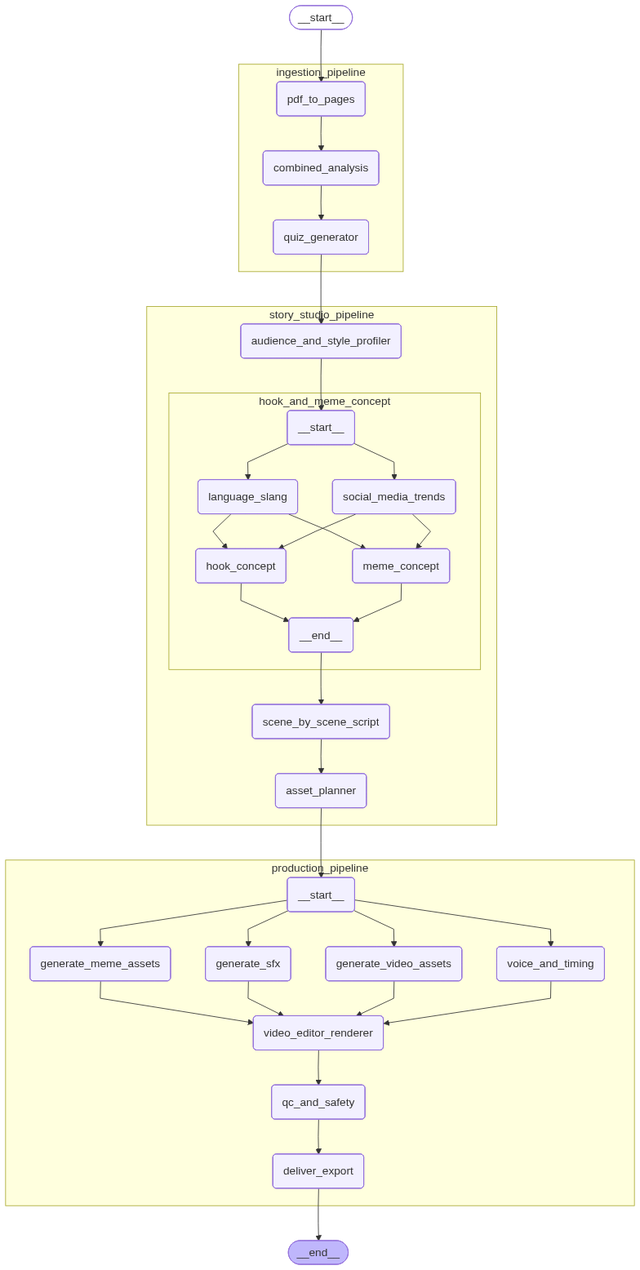
Earlier version of the Mermaid export graph.png (zeerafle/brainwrought). Its source is kept beside it as graph.mmd.
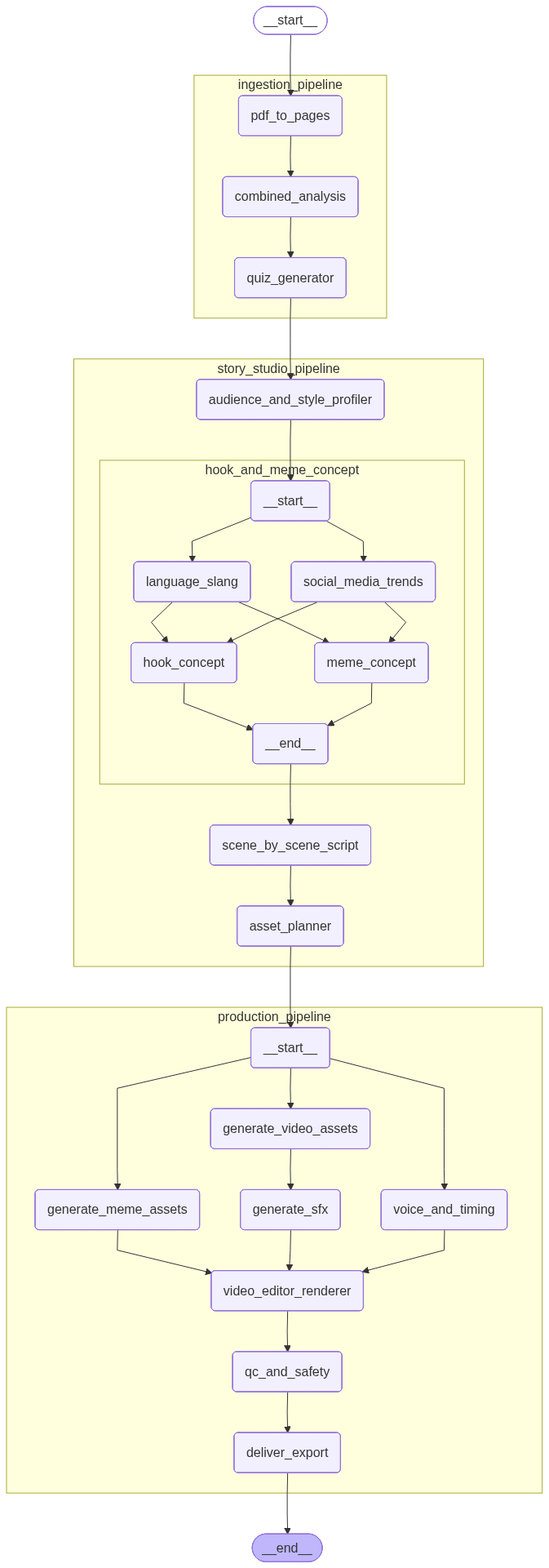
The same diagram one commit later.

Diff of the diagram source:
```diff
@@ -51,12 +51,11 @@
 	production_pipeline\3aqc_and_safety(qc_and_safety)
 	production_pipeline\3adeliver_export(deliver_export)
 	production_pipeline\3a__start__ --> production_pipeline\3agenerate_meme_assets;
-	production_pipeline\3a__start__ --> production_pipeline\3agenerate_sfx;
 	production_pipeline\3a__start__ --> production_pipeline\3agenerate_video_assets;
 	production_pipeline\3a__start__ --> production_pipeline\3avoice_and_timing;
 	production_pipeline\3agenerate_meme_assets --> production_pipeline\3avideo_editor_renderer;
 	production_pipeline\3agenerate_sfx --> production_pipeline\3avideo_editor_renderer;
-	production_pipeline\3agenerate_video_assets --> production_pipeline\3avideo_editor_renderer;
+	production_pipeline\3agenerate_video_assets --> production_pipeline\3agenerate_sfx;
 	production_pipeline\3aqc_and_safety --> production_pipeline\3adeliver_export;
 	production_pipeline\3avideo_editor_renderer --> production_pipeline\3aqc_and_safety;
 	production_pipeline\3avoice_and_timing --> production_pipeline\3avideo_editor_renderer;
```
